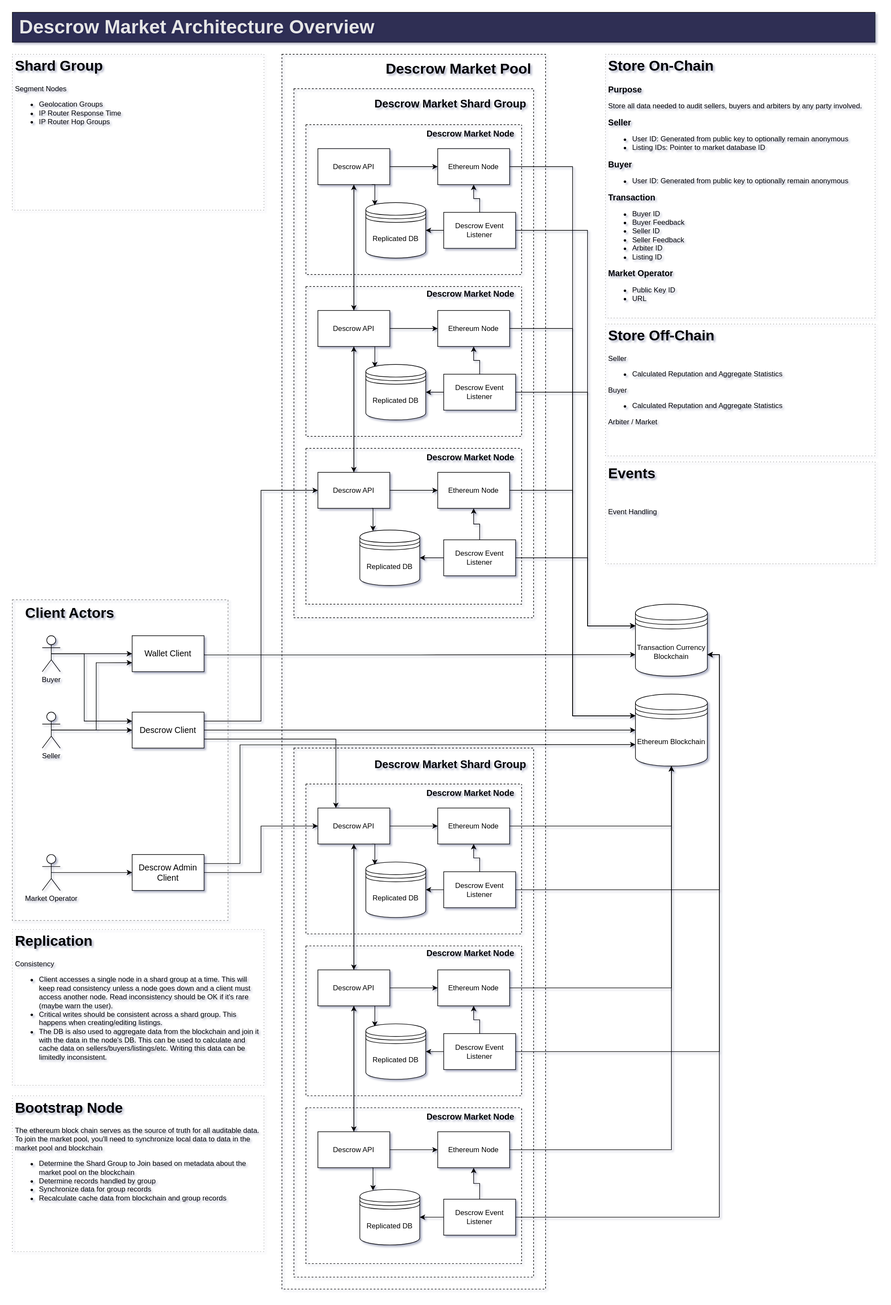
Earlier version of the draw.io export docs/DEscrowMarketArchitecture.drawio.svg (LinkedMink/descrow-market). Source tidied: cells renumbered, new cells last; positions are measured from the earlier drawing's top-left corner, leaving out a move shared by most shapes.
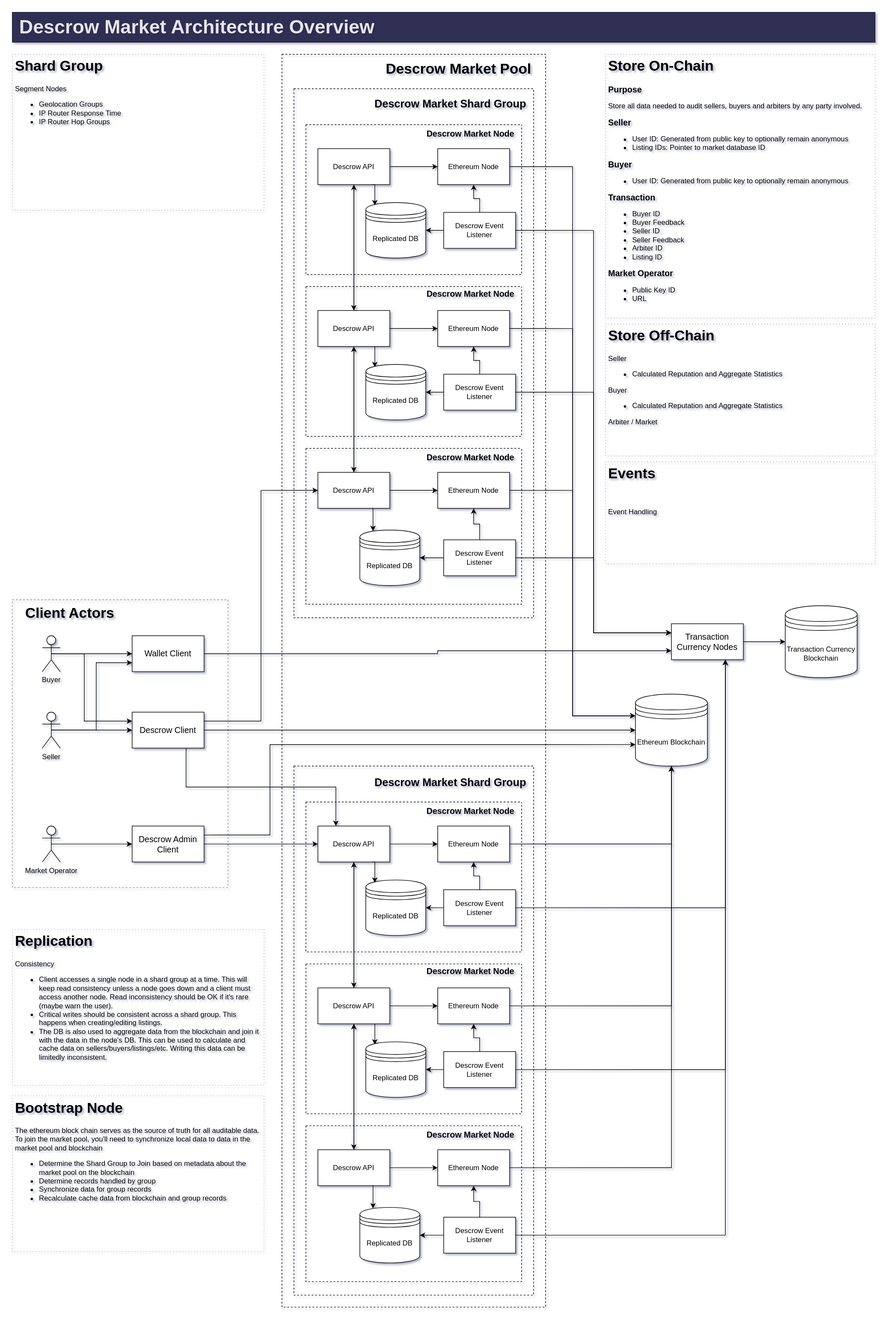
After the change.

Diff of the diagram source:
```diff
@@ -3,13 +3,13 @@
     <mxCell id="0" />
     <mxCell id="1" parent="0" />
     <mxCell id="2" style="whiteSpace=wrap;html=1;dashed=1;fontSize=14;fillColor=none;strokeColor=#878787;" parent="1" vertex="1">
-      <mxGeometry y="980" width="360" height="535" as="geometry" />
+      <mxGeometry y="980" width="360" height="480" as="geometry" />
     </mxCell>
     <mxCell id="3" style="whiteSpace=wrap;html=1;dashed=1;fontSize=14;fillColor=none;strokeColor=#000000;" parent="1" vertex="1">
-      <mxGeometry x="450" y="70" width="440" height="2060" as="geometry" />
+      <mxGeometry x="450" y="70" width="440" height="2090" as="geometry" />
     </mxCell>
     <mxCell id="4" style="whiteSpace=wrap;html=1;dashed=1;fontSize=14;fillColor=none;" parent="1" vertex="1">
-      <mxGeometry x="470" y="1227.5" width="400" height="882.5" as="geometry" />
+      <mxGeometry x="470" y="1257.5" width="400" height="882.5" as="geometry" />
     </mxCell>
     <mxCell id="5" value="Ethereum Blockchain" style="shape=datastore;whiteSpace=wrap;html=1;" parent="1" vertex="1">
       <mxGeometry x="1040" y="1137.5" width="120" height="120" as="geometry" />
@@ -46,7 +46,7 @@
     <mxCell id="14" style="edgeStyle=orthogonalEdgeStyle;jettySize=auto;html=1;exitX=1;exitY=0.5;exitDx=0;exitDy=0;entryX=0;entryY=0.5;entryDx=0;entryDy=0;fontSize=14;rounded=0;" parent="1" edge="1" source="17" target="5">
       <mxGeometry relative="1" as="geometry" />
     </mxCell>
-    <mxCell id="15" style="edgeStyle=orthogonalEdgeStyle;jettySize=auto;html=1;exitX=1;exitY=0.75;exitDx=0;exitDy=0;entryX=0.25;entryY=0;entryDx=0;entryDy=0;fontSize=14;rounded=0;" parent="1" edge="1" source="17" target="19">
+    <mxCell id="15" style="edgeStyle=orthogonalEdgeStyle;jettySize=auto;html=1;exitX=0.75;exitY=1;exitDx=0;exitDy=0;entryX=0.25;entryY=0;entryDx=0;entryDy=0;fontSize=14;rounded=0;" parent="1" edge="1" source="17" target="19">
       <mxGeometry relative="1" as="geometry" />
     </mxCell>
     <mxCell id="16" style="edgeStyle=orthogonalEdgeStyle;jettySize=auto;html=1;exitX=1;exitY=0.25;exitDx=0;exitDy=0;entryX=0;entryY=0.5;entryDx=0;entryDy=0;fontSize=24;rounded=0;" parent="1" edge="1" source="17" target="88">
@@ -56,7 +56,7 @@
       <mxGeometry x="200" y="1167.5" width="120" height="60" as="geometry" />
     </mxCell>
     <mxCell id="18" style="swimlane;startSize=0;fontSize=14;dashed=1;fillColor=none;" parent="1" vertex="1">
-      <mxGeometry x="490" y="1287.5" width="360" height="250" as="geometry" />
+      <mxGeometry x="490" y="1317.5" width="360" height="250" as="geometry" />
     </mxCell>
     <mxCell id="19" value="Descrow API" style="whiteSpace=wrap;html=1;" parent="18" vertex="1">
       <mxGeometry x="20" y="40" width="120" height="60" as="geometry" />
@@ -89,10 +89,10 @@
       <mxGeometry relative="1" as="geometry" />
     </mxCell>
     <mxCell id="29" value="&lt;b style=&quot;font-size: 18px;&quot;&gt;&lt;font style=&quot;font-size: 18px;&quot;&gt;Descrow Market Shard Group&lt;/font&gt;&lt;/b&gt;" style="text;html=1;strokeColor=none;fillColor=none;align=right;verticalAlign=middle;whiteSpace=wrap;fontSize=18;" parent="1" vertex="1">
-      <mxGeometry x="600" y="1240" width="260" height="30" as="geometry" />
+      <mxGeometry x="600" y="1270" width="260" height="30" as="geometry" />
     </mxCell>
     <mxCell id="30" style="swimlane;startSize=0;fontSize=14;dashed=1;fillColor=none;" parent="1" vertex="1">
-      <mxGeometry x="490" y="1557.5" width="360" height="250" as="geometry" />
+      <mxGeometry x="490" y="1587.5" width="360" height="250" as="geometry" />
     </mxCell>
     <mxCell id="31" style="edgeStyle=orthogonalEdgeStyle;jettySize=auto;html=1;exitX=0.75;exitY=1;exitDx=0;exitDy=0;entryX=0.15;entryY=0.05;entryDx=0;entryDy=0;entryPerimeter=0;fontSize=16;rounded=0;" parent="30" edge="1" source="32" target="35">
       <mxGeometry relative="1" as="geometry" />
@@ -122,7 +122,7 @@
       <mxGeometry x="200" y="-2.5" width="150" height="30" as="geometry" />
     </mxCell>
     <mxCell id="40" style="swimlane;startSize=0;fontSize=14;dashed=1;fillColor=none;" parent="1" vertex="1">
-      <mxGeometry x="490" y="1827.5" width="360" height="260" as="geometry" />
+      <mxGeometry x="490" y="1857.5" width="360" height="260" as="geometry" />
     </mxCell>
     <mxCell id="41" value="Descrow API" style="whiteSpace=wrap;html=1;" parent="40" vertex="1">
       <mxGeometry x="20" y="40" width="120" height="60" as="geometry" />
@@ -152,16 +152,11 @@
       <mxGeometry relative="1" as="geometry" />
     </mxCell>
     <mxCell id="50" value="Transaction Currency Blockchain" style="shape=datastore;whiteSpace=wrap;html=1;" parent="1" vertex="1">
-      <mxGeometry x="1040" y="987.5" width="120" height="120" as="geometry" />
+      <mxGeometry x="1290" y="990" width="120" height="120" as="geometry" />
     </mxCell>
-    <mxCell id="51" style="edgeStyle=orthogonalEdgeStyle;jettySize=auto;html=1;exitX=1;exitY=0.5;exitDx=0;exitDy=0;entryX=0;entryY=0.7;entryDx=0;entryDy=0;fontSize=16;rounded=0;" parent="1" edge="1" source="52" target="50">
-      <mxGeometry relative="1" as="geometry">
-        <Array as="points">
-          <mxPoint x="320" y="1072" />
-          <mxPoint x="680" y="1072" />
-        </Array>
-      </mxGeometry>
-    </mxCell>
+    <mxCell id="116" style="edgeStyle=orthogonalEdgeStyle;rounded=0;jettySize=auto;html=1;exitX=1;exitY=0.5;exitDx=0;exitDy=0;entryX=0;entryY=0.75;entryDx=0;entryDy=0;fontColor=#E6E6E6;" parent="1" edge="1" source="52" target="118">
+      <mxGeometry relative="1" as="geometry" />
+    </mxCell>
     <mxCell id="52" value="Wallet Client" style="whiteSpace=wrap;html=1;fontSize=14;" parent="1" vertex="1">
       <mxGeometry x="200" y="1040" width="120" height="60" as="geometry" />
     </mxCell>
@@ -187,22 +182,21 @@
       <mxGeometry relative="1" as="geometry" />
     </mxCell>
     <mxCell id="60" value="Market Operator" style="shape=umlActor;verticalLabelPosition=bottom;verticalAlign=top;html=1;outlineConnect=0;" parent="1" vertex="1">
-      <mxGeometry x="50" y="1405" width="30" height="60" as="geometry" />
+      <mxGeometry x="50" y="1357.5" width="30" height="60" as="geometry" />
     </mxCell>
     <mxCell id="61" style="edgeStyle=orthogonalEdgeStyle;jettySize=auto;html=1;exitX=1;exitY=0.5;exitDx=0;exitDy=0;entryX=0;entryY=0.5;entryDx=0;entryDy=0;fontSize=16;rounded=0;" parent="1" edge="1" source="63" target="19">
       <mxGeometry relative="1" as="geometry" />
     </mxCell>
-    <mxCell id="62" style="edgeStyle=orthogonalEdgeStyle;rounded=0;jettySize=auto;html=1;exitX=1;exitY=0.25;exitDx=0;exitDy=0;entryX=0;entryY=0.7;entryDx=0;entryDy=0;fontSize=32;endArrow=classic;startSize=6;endSize=6;endFill=1;" parent="1" edge="1" source="63" target="5">
+    <mxCell id="62" style="edgeStyle=orthogonalEdgeStyle;rounded=0;jettySize=auto;html=1;exitX=1;exitY=0.25;exitDx=0;exitDy=0;entryX=0;entryY=0.7;entryDx=0;entryDy=0;fontColor=#E6E6E6;" parent="1" edge="1" source="63" target="5">
       <mxGeometry relative="1" as="geometry">
         <Array as="points">
-          <mxPoint x="380" y="1420" />
-          <mxPoint x="380" y="1222" />
-          <mxPoint x="680" y="1222" />
+          <mxPoint x="430" y="1373" />
+          <mxPoint x="430" y="1222" />
         </Array>
       </mxGeometry>
     </mxCell>
     <mxCell id="63" value="Descrow Admin Client" style="whiteSpace=wrap;html=1;fontSize=14;" parent="1" vertex="1">
-      <mxGeometry x="200" y="1405" width="120" height="60" as="geometry" />
+      <mxGeometry x="200" y="1357.5" width="120" height="60" as="geometry" />
     </mxCell>
     <mxCell id="64" value="&lt;h1&gt;Replication&lt;/h1&gt;&lt;p&gt;Consistency&lt;/p&gt;&lt;p&gt;&lt;/p&gt;&lt;ul&gt;&lt;li&gt;Client accesses a single node in a shard group at a time. This will keep read consistency unless a node goes down and a client must access another node. Read inconsistency should be OK if it's rare (maybe warn the user).&lt;/li&gt;&lt;li&gt;Critical writes should be consistent across a shard group. This happens when creating/editing listings.&lt;/li&gt;&lt;li&gt;The DB is also used to aggregate data from the blockchain and join it with the data in the node's DB. This can be used to calculate and cache data on sellers/buyers/listings/etc. Writing this data can be limitedly inconsistent.&lt;/li&gt;&lt;/ul&gt;&lt;p&gt;&lt;/p&gt;" style="text;html=1;fillColor=none;spacing=5;spacingTop=-20;whiteSpace=wrap;overflow=hidden;dashed=1;dashPattern=1 4;strokeColor=#878787;fillStyle=auto;gradientColor=none;" parent="1" vertex="1">
       <mxGeometry y="1530" width="420" height="260" as="geometry" />
@@ -315,14 +309,6 @@
     <mxCell id="100" style="edgeStyle=orthogonalEdgeStyle;jettySize=auto;html=1;exitX=0.5;exitY=0;exitDx=0;exitDy=0;entryX=0.5;entryY=1;entryDx=0;entryDy=0;fontSize=14;rounded=0;" parent="1" edge="1" source="88" target="79">
       <mxGeometry relative="1" as="geometry" />
     </mxCell>
-    <mxCell id="101" style="edgeStyle=orthogonalEdgeStyle;jettySize=auto;html=1;exitX=1;exitY=0.5;exitDx=0;exitDy=0;rounded=0;entryX=0;entryY=0.3;entryDx=0;entryDy=0;" parent="1" edge="1" source="94" target="50">
-      <mxGeometry relative="1" as="geometry">
-        <Array as="points">
-          <mxPoint x="960" y="910" />
-          <mxPoint x="960" y="1024" />
-        </Array>
-      </mxGeometry>
-    </mxCell>
     <mxCell id="102" style="edgeStyle=orthogonalEdgeStyle;jettySize=auto;html=1;exitX=1;exitY=0.5;exitDx=0;exitDy=0;entryX=0;entryY=0.3;entryDx=0;entryDy=0;rounded=0;" parent="1" edge="1" source="89" target="5">
       <mxGeometry relative="1" as="geometry" />
     </mxCell>
@@ -347,33 +333,32 @@
     <mxCell id="109" value="&lt;span style=&quot;font-size: 32px;&quot;&gt;&lt;font style=&quot;font-size: 32px;&quot;&gt;Descrow Market Architecture Overview&lt;/font&gt;&lt;/span&gt;" style="text;html=1;strokeColor=#000000;fillColor=#000033;align=left;verticalAlign=middle;whiteSpace=wrap;fontSize=32;fontStyle=1;opacity=80;perimeterSpacing=0;spacingLeft=10;fontColor=#E6E6E6;" parent="1" vertex="1">
       <mxGeometry width="1440" height="50" as="geometry" />
     </mxCell>
-    <mxCell id="110" style="edgeStyle=orthogonalEdgeStyle;rounded=0;jettySize=auto;html=1;exitX=1;exitY=0.5;exitDx=0;exitDy=0;entryX=0;entryY=0.3;entryDx=0;entryDy=0;" parent="1" edge="1" source="86" target="50">
-      <mxGeometry relative="1" as="geometry">
-        <Array as="points">
-          <mxPoint x="960" y="634" />
-          <mxPoint x="960" y="1024" />
-        </Array>
-      </mxGeometry>
-    </mxCell>
-    <mxCell id="111" style="edgeStyle=orthogonalEdgeStyle;rounded=0;jettySize=auto;html=1;exitX=1;exitY=0.5;exitDx=0;exitDy=0;entryX=0;entryY=0.3;entryDx=0;entryDy=0;" parent="1" edge="1" source="74" target="50">
-      <mxGeometry relative="1" as="geometry">
-        <Array as="points">
-          <mxPoint x="960" y="364" />
-          <mxPoint x="960" y="1024" />
-        </Array>
-      </mxGeometry>
-    </mxCell>
-    <mxCell id="112" style="edgeStyle=orthogonalEdgeStyle;rounded=0;jettySize=auto;html=1;exitX=1;exitY=0.5;exitDx=0;exitDy=0;entryX=1;entryY=0.7;entryDx=0;entryDy=0;" parent="1" edge="1" source="26" target="50">
+    <mxCell id="112" style="edgeStyle=orthogonalEdgeStyle;rounded=0;jettySize=auto;html=1;exitX=1;exitY=0.5;exitDx=0;exitDy=0;entryX=0.75;entryY=1;entryDx=0;entryDy=0;" parent="1" edge="1" source="26" target="118">
       <mxGeometry relative="1" as="geometry" />
     </mxCell>
-    <mxCell id="113" style="edgeStyle=orthogonalEdgeStyle;rounded=0;jettySize=auto;html=1;exitX=1;exitY=0.5;exitDx=0;exitDy=0;entryX=1;entryY=0.7;entryDx=0;entryDy=0;" parent="1" edge="1" source="38" target="50">
+    <mxCell id="113" style="edgeStyle=orthogonalEdgeStyle;rounded=0;jettySize=auto;html=1;exitX=1;exitY=0.5;exitDx=0;exitDy=0;entryX=0.75;entryY=1;entryDx=0;entryDy=0;" parent="1" edge="1" source="38" target="118">
       <mxGeometry relative="1" as="geometry" />
     </mxCell>
-    <mxCell id="114" style="edgeStyle=orthogonalEdgeStyle;rounded=0;jettySize=auto;html=1;exitX=1;exitY=0.5;exitDx=0;exitDy=0;entryX=1;entryY=0.7;entryDx=0;entryDy=0;" parent="1" edge="1" source="47" target="50">
+    <mxCell id="114" style="edgeStyle=orthogonalEdgeStyle;rounded=0;jettySize=auto;html=1;exitX=1;exitY=0.5;exitDx=0;exitDy=0;entryX=0.75;entryY=1;entryDx=0;entryDy=0;" parent="1" edge="1" source="47" target="118">
       <mxGeometry relative="1" as="geometry" />
     </mxCell>
     <mxCell id="115" value="&lt;b style=&quot;font-size: 24px;&quot;&gt;&lt;font style=&quot;font-size: 24px;&quot;&gt;Client Actors&lt;/font&gt;&lt;/b&gt;" style="text;html=1;strokeColor=none;fillColor=none;align=left;verticalAlign=middle;whiteSpace=wrap;fontSize=24;" parent="1" vertex="1">
       <mxGeometry x="20" y="987.5" width="250" height="30" as="geometry" />
     </mxCell>
+    <mxCell id="117" style="edgeStyle=orthogonalEdgeStyle;rounded=0;jettySize=auto;html=1;exitX=1;exitY=0.5;exitDx=0;exitDy=0;entryX=0;entryY=0.5;entryDx=0;entryDy=0;fontColor=#E6E6E6;" parent="1" edge="1" source="118" target="50">
+      <mxGeometry relative="1" as="geometry" />
+    </mxCell>
+    <mxCell id="118" value="Transaction Currency Nodes" style="whiteSpace=wrap;html=1;fontSize=14;" parent="1" vertex="1">
+      <mxGeometry x="1100" y="1020" width="120" height="60" as="geometry" />
+    </mxCell>
+    <mxCell id="119" style="edgeStyle=orthogonalEdgeStyle;rounded=0;jettySize=auto;html=1;exitX=1;exitY=0.5;exitDx=0;exitDy=0;entryX=0;entryY=0.25;entryDx=0;entryDy=0;fontColor=#E6E6E6;" parent="1" edge="1" source="94" target="118">
+      <mxGeometry relative="1" as="geometry" />
+    </mxCell>
+    <mxCell id="120" style="edgeStyle=orthogonalEdgeStyle;rounded=0;jettySize=auto;html=1;exitX=1;exitY=0.5;exitDx=0;exitDy=0;entryX=0;entryY=0.25;entryDx=0;entryDy=0;fontColor=#E6E6E6;" parent="1" edge="1" source="86" target="118">
+      <mxGeometry relative="1" as="geometry" />
+    </mxCell>
+    <mxCell id="121" style="edgeStyle=orthogonalEdgeStyle;rounded=0;jettySize=auto;html=1;exitX=1;exitY=0.5;exitDx=0;exitDy=0;entryX=0;entryY=0.25;entryDx=0;entryDy=0;fontColor=#E6E6E6;" parent="1" edge="1" source="74" target="118">
+      <mxGeometry relative="1" as="geometry" />
+    </mxCell>
   </root>
 </mxGraphModel>
```
